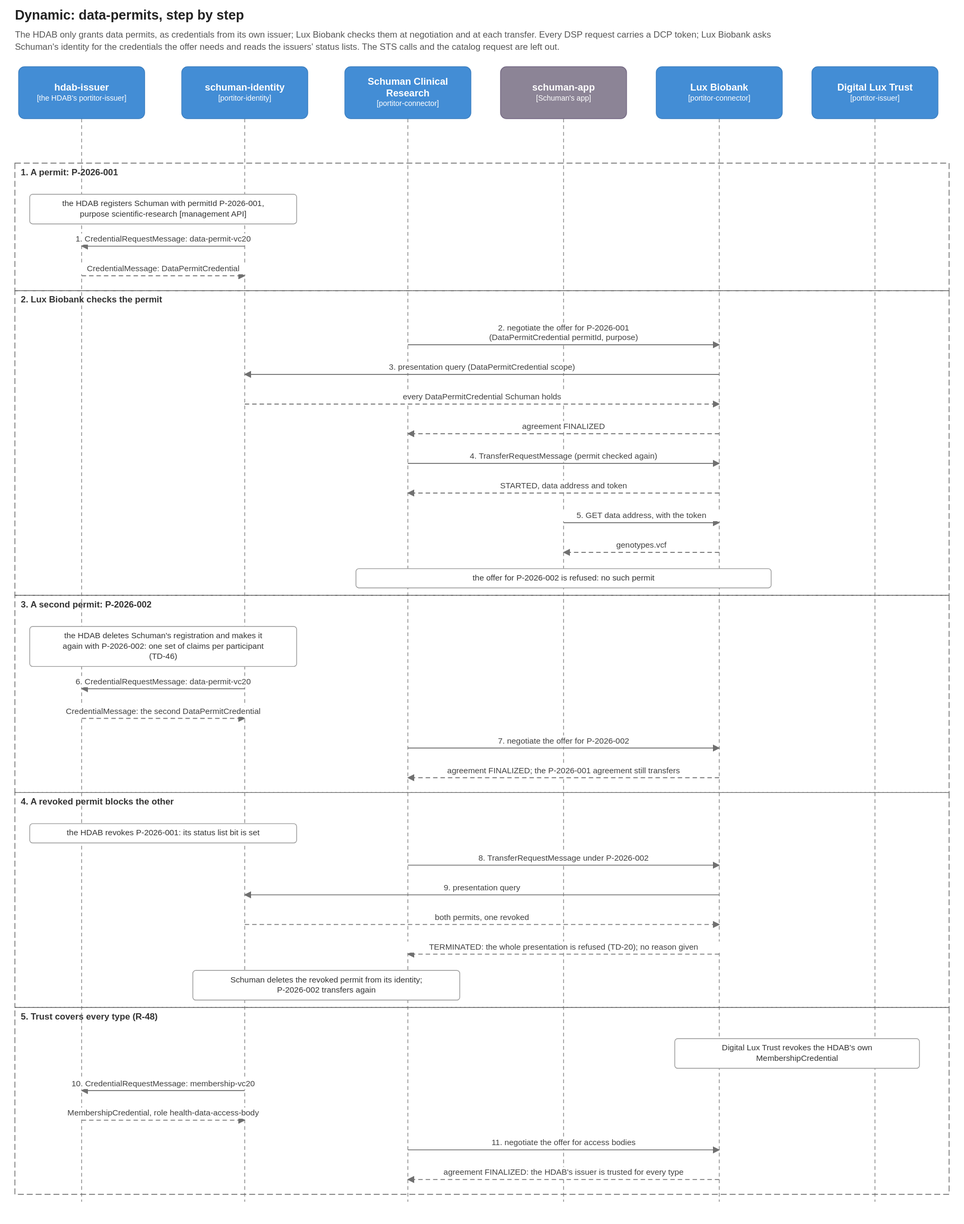
brunopacheco1/portitor keeps this draw.io diagram as scenarios/data-permits/diagrams/scenario.drawio.svg. Above is the earlier version. Source tidied: cells renumbered, new cells last; positions are measured from the earlier drawing's top-left corner, leaving out a move shared by most shapes.
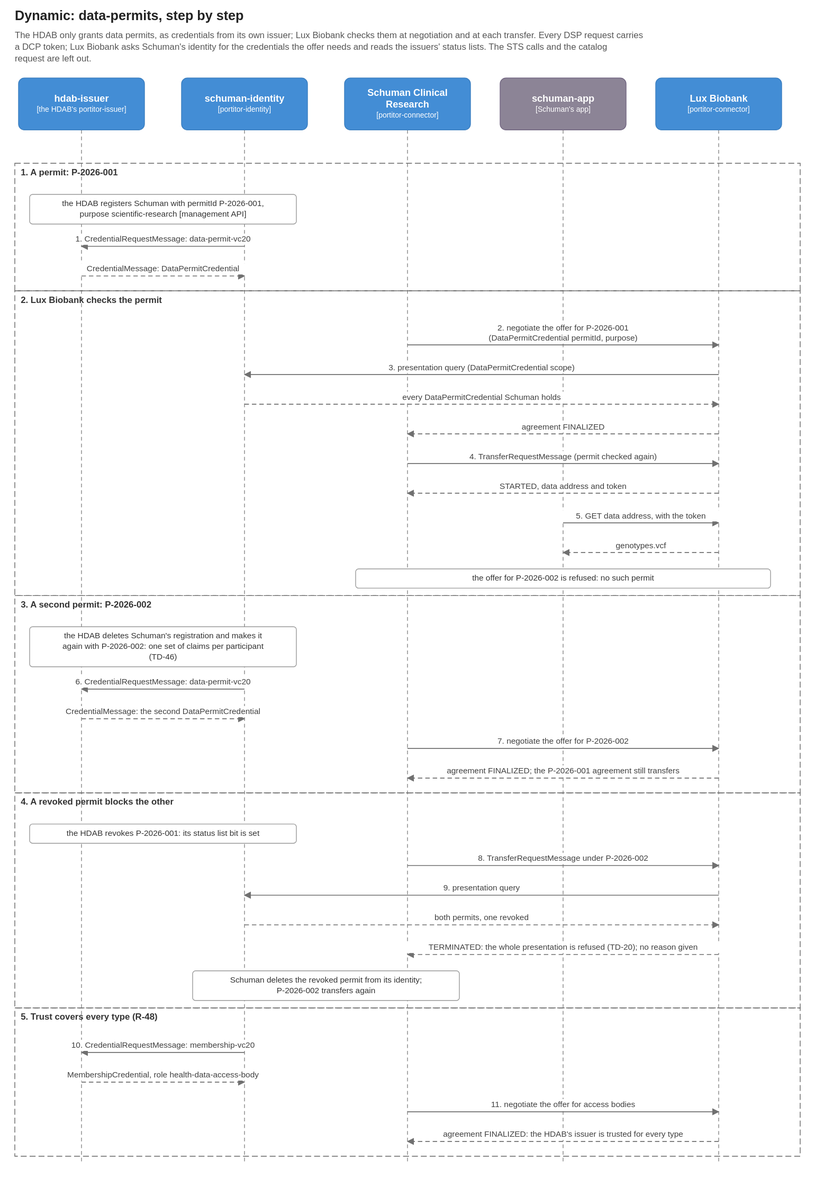
Above is the later version.

The edit, as a diff of the source:
```diff
@@ -3,29 +3,26 @@
     <mxCell id="0" />
     <mxCell id="1" parent="0" />
     <mxCell id="2" value="Dynamic: data-permits, step by step" style="text;html=1;align=left;verticalAlign=middle;fontSize=18;fontStyle=1;fontColor=#222222;whiteSpace=wrap;" parent="1" vertex="1">
-      <mxGeometry width="1260" height="24" as="geometry" />
+      <mxGeometry width="1060" height="24" as="geometry" />
     </mxCell>
     <mxCell id="3" value="The HDAB only grants data permits, as credentials from its own issuer; Lux Biobank checks them at negotiation and at each transfer. Every DSP request carries a DCP token; Lux Biobank asks Schuman's identity for the credentials the offer needs and reads the issuers' status lists. The STS calls and the catalog request are left out." style="text;html=1;align=left;verticalAlign=top;fontSize=12;fontStyle=0;fontColor=#555555;whiteSpace=wrap;" parent="1" vertex="1">
-      <mxGeometry y="28" width="1260" height="36" as="geometry" />
+      <mxGeometry y="28" width="1060" height="52" as="geometry" />
     </mxCell>
     <mxCell id="4" value="&lt;b&gt;hdab-issuer&lt;/b&gt;&lt;br&gt;&lt;font style=&quot;font-size:10px&quot;&gt;[the HDAB&amp;#x27;s portitor-issuer]&lt;/font&gt;" style="rounded=1;arcSize=8;whiteSpace=wrap;html=1;fillColor=#438DD5;strokeColor=#3C7FC0;fontColor=#FFFFFF;fontSize=13;align=center;verticalAlign=middle;c4Kind=container;c4Name=hdab-issuer;" parent="1" vertex="1">
-      <mxGeometry x="5" y="80" width="170" height="70" as="geometry" />
+      <mxGeometry x="5" y="95" width="170" height="70" as="geometry" />
     </mxCell>
     <mxCell id="5" value="&lt;b&gt;schuman-identity&lt;/b&gt;&lt;br&gt;&lt;font style=&quot;font-size:10px&quot;&gt;[portitor-identity]&lt;/font&gt;" style="rounded=1;arcSize=8;whiteSpace=wrap;html=1;fillColor=#438DD5;strokeColor=#3C7FC0;fontColor=#FFFFFF;fontSize=13;align=center;verticalAlign=middle;c4Kind=container;c4Name=schuman-identity;" parent="1" vertex="1">
-      <mxGeometry x="225" y="80" width="170" height="70" as="geometry" />
+      <mxGeometry x="225" y="95" width="170" height="70" as="geometry" />
     </mxCell>
     <mxCell id="6" value="&lt;b&gt;Schuman Clinical Research&lt;/b&gt;&lt;br&gt;&lt;font style=&quot;font-size:10px&quot;&gt;[portitor-connector]&lt;/font&gt;" style="rounded=1;arcSize=8;whiteSpace=wrap;html=1;fillColor=#438DD5;strokeColor=#3C7FC0;fontColor=#FFFFFF;fontSize=13;align=center;verticalAlign=middle;c4Kind=container;c4Name=Schuman Clinical Research;" parent="1" vertex="1">
-      <mxGeometry x="445" y="80" width="170" height="70" as="geometry" />
+      <mxGeometry x="445" y="95" width="170" height="70" as="geometry" />
     </mxCell>
     <mxCell id="7" value="&lt;b&gt;schuman-app&lt;/b&gt;&lt;br&gt;&lt;font style=&quot;font-size:10px&quot;&gt;[Schuman&amp;#x27;s app]&lt;/font&gt;" style="rounded=1;arcSize=8;whiteSpace=wrap;html=1;fillColor=#8C8496;strokeColor=#736782;fontColor=#FFFFFF;fontSize=13;align=center;verticalAlign=middle;c4Kind=external;c4Name=schuman-app;" parent="1" vertex="1">
-      <mxGeometry x="655" y="80" width="170" height="70" as="geometry" />
+      <mxGeometry x="655" y="95" width="170" height="70" as="geometry" />
     </mxCell>
     <mxCell id="8" value="&lt;b&gt;Lux Biobank&lt;/b&gt;&lt;br&gt;&lt;font style=&quot;font-size:10px&quot;&gt;[portitor-connector]&lt;/font&gt;" style="rounded=1;arcSize=8;whiteSpace=wrap;html=1;fillColor=#438DD5;strokeColor=#3C7FC0;fontColor=#FFFFFF;fontSize=13;align=center;verticalAlign=middle;c4Kind=container;c4Name=Lux Biobank;" parent="1" vertex="1">
-      <mxGeometry x="865" y="80" width="170" height="70" as="geometry" />
+      <mxGeometry x="865" y="95" width="170" height="70" as="geometry" />
     </mxCell>
-    <mxCell id="9" value="&lt;b&gt;Digital Lux Trust&lt;/b&gt;&lt;br&gt;&lt;font style=&quot;font-size:10px&quot;&gt;[portitor-issuer]&lt;/font&gt;" style="rounded=1;arcSize=8;whiteSpace=wrap;html=1;fillColor=#438DD5;strokeColor=#3C7FC0;fontColor=#FFFFFF;fontSize=13;align=center;verticalAlign=middle;c4Kind=container;c4Name=Digital Lux Trust;" parent="1" vertex="1">
-      <mxGeometry x="1075" y="80" width="170" height="70" as="geometry" />
-    </mxCell>
     <mxCell id="10" value="the HDAB registers Schuman with permitId P-2026-001, purpose scientific-research [management API]" style="rounded=1;arcSize=4;whiteSpace=wrap;html=1;fillColor=#FFFFFF;strokeColor=#999999;fontColor=#333333;fontSize=11;align=center;verticalAlign=middle;c4Kind=note;c4Name=the HDAB registers Schuman with permitId P-2026-001, purpose scientific-research [management API];" parent="1" vertex="1">
       <mxGeometry x="20" y="252" width="360" height="40" as="geometry" />
     </mxCell>
@@ -149,77 +146,69 @@
     <mxCell id="32" value="Schuman deletes the revoked permit from its identity; P-2026-002 transfers again" style="rounded=1;arcSize=4;whiteSpace=wrap;html=1;fillColor=#FFFFFF;strokeColor=#999999;fontColor=#333333;fontSize=11;align=center;verticalAlign=middle;c4Kind=note;c4Name=Schuman deletes the revoked permit from its identity; P-2026-002 transfers again;" parent="1" vertex="1">
       <mxGeometry x="240" y="1299" width="360" height="40" as="geometry" />
     </mxCell>
-    <mxCell id="33" value="Digital Lux Trust revokes the HDAB's own MembershipCredential" style="rounded=1;arcSize=4;whiteSpace=wrap;html=1;fillColor=#FFFFFF;strokeColor=#999999;fontColor=#333333;fontSize=11;align=center;verticalAlign=middle;c4Kind=note;c4Name=Digital Lux Trust revokes the HDAB's own MembershipCredential;" parent="1" vertex="1">
-      <mxGeometry x="890" y="1391" width="330" height="40" as="geometry" />
-    </mxCell>
     <mxCell id="34" value="10. CredentialRequestMessage: membership-vc20" style="endArrow=blockThin;endFill=1;html=1;rounded=0;strokeColor=#707070;fontSize=11;fontColor=#404040;labelBackgroundColor=#FFFFFF;" parent="1" edge="1">
       <mxGeometry relative="1" as="geometry">
-        <mxPoint x="310" y="1461" as="sourcePoint" />
-        <mxPoint x="90" y="1461" as="targetPoint" />
+        <mxPoint x="310" y="1409" as="sourcePoint" />
+        <mxPoint x="90" y="1409" as="targetPoint" />
       </mxGeometry>
     </mxCell>
     <mxCell id="35" value="MembershipCredential, role health-data-access-body" style="endArrow=blockThin;endFill=1;html=1;rounded=0;strokeColor=#707070;fontSize=11;fontColor=#404040;labelBackgroundColor=#FFFFFF;dashed=1;dashPattern=6 4;" parent="1" edge="1">
       <mxGeometry relative="1" as="geometry">
-        <mxPoint x="90" y="1501" as="sourcePoint" />
-        <mxPoint x="310" y="1501" as="targetPoint" />
+        <mxPoint x="90" y="1449" as="sourcePoint" />
+        <mxPoint x="310" y="1449" as="targetPoint" />
       </mxGeometry>
     </mxCell>
     <mxCell id="36" value="11. negotiate the offer for access bodies" style="endArrow=blockThin;endFill=1;html=1;rounded=0;strokeColor=#707070;fontSize=11;fontColor=#404040;labelBackgroundColor=#FFFFFF;" parent="1" edge="1">
       <mxGeometry relative="1" as="geometry">
-        <mxPoint x="530" y="1541" as="sourcePoint" />
-        <mxPoint x="950" y="1541" as="targetPoint" />
+        <mxPoint x="530" y="1489" as="sourcePoint" />
+        <mxPoint x="950" y="1489" as="targetPoint" />
       </mxGeometry>
     </mxCell>
     <mxCell id="37" value="agreement FINALIZED: the HDAB's issuer is trusted for every type" style="endArrow=blockThin;endFill=1;html=1;rounded=0;strokeColor=#707070;fontSize=11;fontColor=#404040;labelBackgroundColor=#FFFFFF;dashed=1;dashPattern=6 4;" parent="1" edge="1">
       <mxGeometry relative="1" as="geometry">
-        <mxPoint x="950" y="1581" as="sourcePoint" />
-        <mxPoint x="530" y="1581" as="targetPoint" />
+        <mxPoint x="950" y="1529" as="sourcePoint" />
+        <mxPoint x="530" y="1529" as="targetPoint" />
       </mxGeometry>
     </mxCell>
     <mxCell id="38" style="endArrow=none;html=1;rounded=0;dashed=1;dashPattern=5 4;strokeColor=#9A9A9A;exitX=0.5;exitY=1;exitPerimeter=0;" parent="1" edge="1" source="4">
       <mxGeometry relative="1" as="geometry">
-        <mxPoint x="90" y="1611" as="targetPoint" />
+        <mxPoint x="90" y="1559" as="targetPoint" />
       </mxGeometry>
     </mxCell>
     <mxCell id="39" style="endArrow=none;html=1;rounded=0;dashed=1;dashPattern=5 4;strokeColor=#9A9A9A;exitX=0.5;exitY=1;exitPerimeter=0;" parent="1" edge="1" source="5">
       <mxGeometry relative="1" as="geometry">
-        <mxPoint x="310" y="1611" as="targetPoint" />
+        <mxPoint x="310" y="1559" as="targetPoint" />
       </mxGeometry>
     </mxCell>
     <mxCell id="40" style="endArrow=none;html=1;rounded=0;dashed=1;dashPattern=5 4;strokeColor=#9A9A9A;exitX=0.5;exitY=1;exitPerimeter=0;" parent="1" edge="1" source="6">
       <mxGeometry relative="1" as="geometry">
-        <mxPoint x="530" y="1611" as="targetPoint" />
+        <mxPoint x="530" y="1559" as="targetPoint" />
       </mxGeometry>
     </mxCell>
     <mxCell id="41" style="endArrow=none;html=1;rounded=0;dashed=1;dashPattern=5 4;strokeColor=#9A9A9A;exitX=0.5;exitY=1;exitPerimeter=0;" parent="1" edge="1" source="7">
       <mxGeometry relative="1" as="geometry">
-        <mxPoint x="740" y="1611" as="targetPoint" />
+        <mxPoint x="740" y="1559" as="targetPoint" />
       </mxGeometry>
     </mxCell>
     <mxCell id="42" style="endArrow=none;html=1;rounded=0;dashed=1;dashPattern=5 4;strokeColor=#9A9A9A;exitX=0.5;exitY=1;exitPerimeter=0;" parent="1" edge="1" source="8">
       <mxGeometry relative="1" as="geometry">
-        <mxPoint x="950" y="1611" as="targetPoint" />
+        <mxPoint x="950" y="1559" as="targetPoint" />
       </mxGeometry>
     </mxCell>
-    <mxCell id="43" style="endArrow=none;html=1;rounded=0;dashed=1;dashPattern=5 4;strokeColor=#9A9A9A;exitX=0.5;exitY=1;exitPerimeter=0;" parent="1" edge="1" source="9">
-      <mxGeometry relative="1" as="geometry">
-        <mxPoint x="1160" y="1611" as="targetPoint" />
-      </mxGeometry>
-    </mxCell>
     <mxCell id="44" value="1. A permit: P-2026-001" style="rounded=0;whiteSpace=wrap;html=1;fillColor=none;dashed=1;dashPattern=8 4;strokeColor=#666666;fontColor=#333333;align=left;verticalAlign=top;spacingLeft=8;spacingTop=4;fontSize=12;fontStyle=1;" parent="1" vertex="1">
-      <mxGeometry y="210" width="1260" height="172" as="geometry" />
+      <mxGeometry y="210" width="1060" height="172" as="geometry" />
     </mxCell>
     <mxCell id="45" value="2. Lux Biobank checks the permit" style="rounded=0;whiteSpace=wrap;html=1;fillColor=none;dashed=1;dashPattern=8 4;strokeColor=#666666;fontColor=#333333;align=left;verticalAlign=top;spacingLeft=8;spacingTop=4;fontSize=12;fontStyle=1;" parent="1" vertex="1">
-      <mxGeometry y="382" width="1260" height="411" as="geometry" />
+      <mxGeometry y="382" width="1060" height="411" as="geometry" />
     </mxCell>
     <mxCell id="46" value="3. A second permit: P-2026-002" style="rounded=0;whiteSpace=wrap;html=1;fillColor=none;dashed=1;dashPattern=8 4;strokeColor=#666666;fontColor=#333333;align=left;verticalAlign=top;spacingLeft=8;spacingTop=4;fontSize=12;fontStyle=1;" parent="1" vertex="1">
-      <mxGeometry y="793" width="1260" height="266" as="geometry" />
+      <mxGeometry y="793" width="1060" height="266" as="geometry" />
     </mxCell>
     <mxCell id="47" value="4. A revoked permit blocks the other" style="rounded=0;whiteSpace=wrap;html=1;fillColor=none;dashed=1;dashPattern=8 4;strokeColor=#666666;fontColor=#333333;align=left;verticalAlign=top;spacingLeft=8;spacingTop=4;fontSize=12;fontStyle=1;" parent="1" vertex="1">
-      <mxGeometry y="1059" width="1260" height="290" as="geometry" />
+      <mxGeometry y="1059" width="1060" height="290" as="geometry" />
     </mxCell>
     <mxCell id="48" value="5. Trust covers every type (R-48)" style="rounded=0;whiteSpace=wrap;html=1;fillColor=none;dashed=1;dashPattern=8 4;strokeColor=#666666;fontColor=#333333;align=left;verticalAlign=top;spacingLeft=8;spacingTop=4;fontSize=12;fontStyle=1;" parent="1" vertex="1">
-      <mxGeometry y="1349" width="1260" height="252" as="geometry" />
+      <mxGeometry y="1349" width="1060" height="200" as="geometry" />
     </mxCell>
   </root>
 </mxGraphModel>
```
